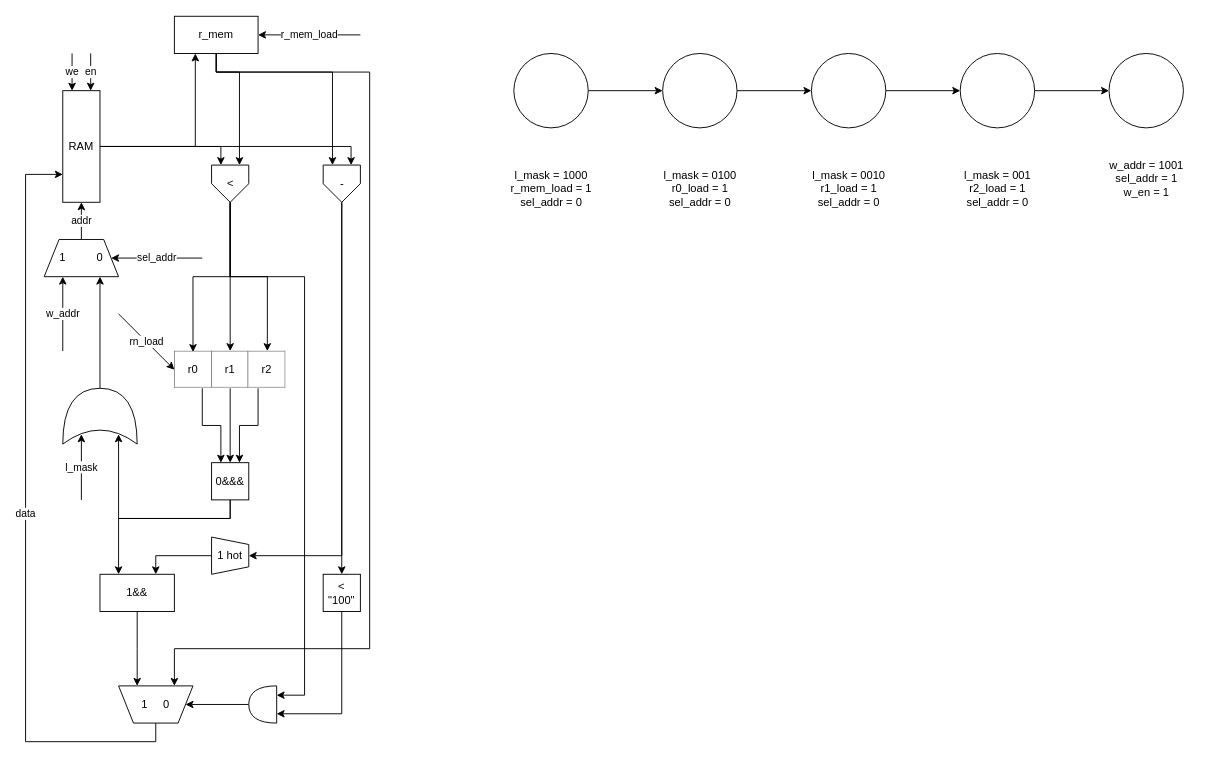
Earlier version of the draw.io diagram schema.drawio (imDema/progetto_reti_logiche). Source tidied: cells renumbered, new cells numbered last; positions are measured from the earlier drawing's top-left corner, leaving out a move shared by most shapes. Both pictures are drawn from the tidied source at 93%, with x=0, y=0 at pixel (25, 16).
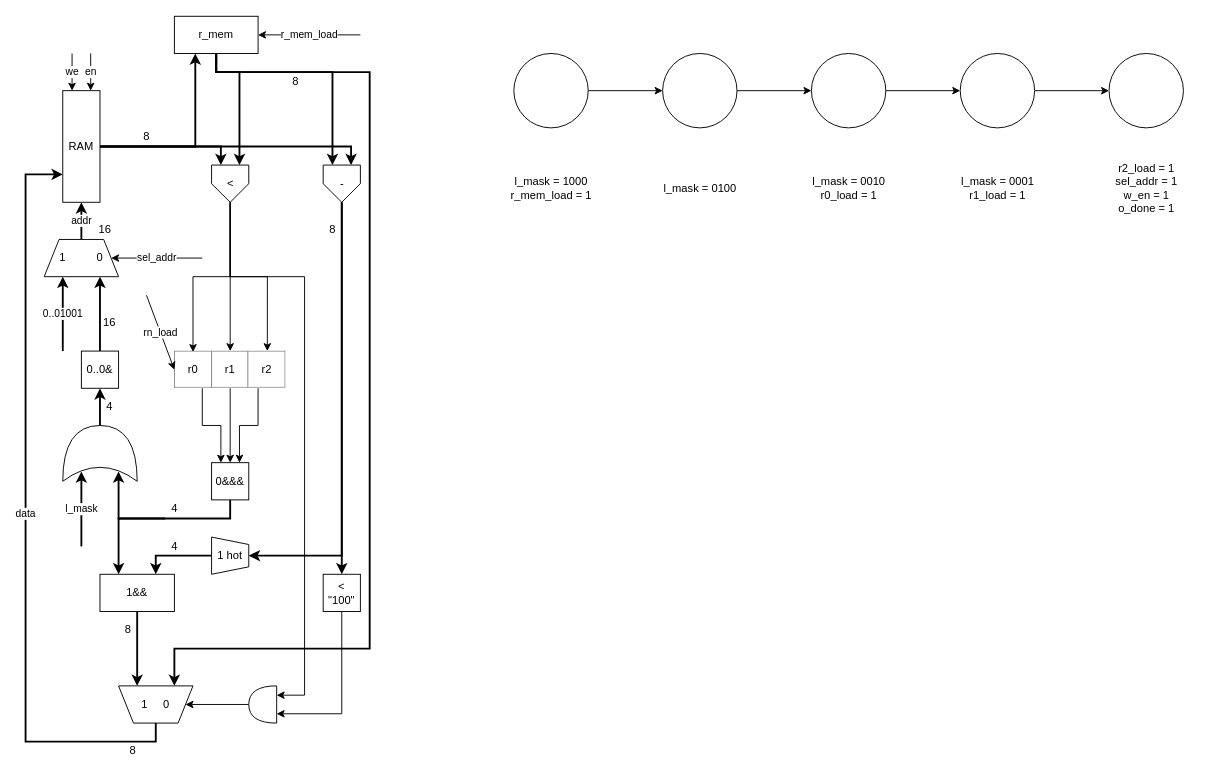
The same page after the edit.

Commit message (it also covers changes not shown here):
First working (?) version Add testbench Updated schematic

The change refers to these unchanged cells:
```xml
<mxCell id="5" value="RAM" style="rounded=0;whiteSpace=wrap;html=1;" parent="1" vertex="1">
  <mxGeometry x="40" y="80" width="40" height="120" as="geometry" />
</mxCell>
<mxCell id="10" value="&lt;div&gt;r_mem&lt;/div&gt;" style="rounded=0;whiteSpace=wrap;html=1;" parent="1" vertex="1">
  <mxGeometry x="160" width="90" height="40" as="geometry" />
</mxCell>
<mxCell id="14" value="&lt;table style=&quot;width: 100% ; height: 100% ; border-collapse: collapse&quot; width=&quot;100%&quot; border=&quot;1&quot;&gt;&lt;tbody&gt;&lt;tr&gt;&lt;td align=&quot;center&quot;&gt;r0&lt;br&gt;&lt;/td&gt;&lt;td align=&quot;center&quot;&gt;r1&lt;/td&gt;&lt;td align=&quot;center&quot;&gt;r2&lt;br&gt;&lt;/td&gt;&lt;/tr&gt;&lt;/tbody&gt;&lt;/table&gt;" style="text;html=1;strokeColor=none;fillColor=none;overflow=fill;" parent="1" vertex="1">
  <mxGeometry x="160" y="360" width="120" height="40" as="geometry" />
</mxCell>
<mxCell id="17" value="0&amp;amp;&amp;amp;&amp;amp;" style="rounded=0;whiteSpace=wrap;html=1;direction=east;" parent="1" vertex="1">
  <mxGeometry x="200" y="480" width="40" height="40" as="geometry" />
</mxCell>
<mxCell id="22" value="1&amp;nbsp;&amp;nbsp;&amp;nbsp;&amp;nbsp; 0" style="shape=trapezoid;perimeter=trapezoidPerimeter;whiteSpace=wrap;html=1;direction=west;" parent="1" vertex="1">
  <mxGeometry x="100" y="720" width="80" height="40" as="geometry" />
</mxCell>
<mxCell id="24" value="&lt;div&gt;&amp;lt; &quot;100&quot;&lt;/div&gt;" style="whiteSpace=wrap;html=1;" parent="1" vertex="1">
  <mxGeometry x="320" y="600" width="40" height="40" as="geometry" />
</mxCell>
<mxCell id="26" value="1&amp;amp;&amp;amp;" style="rounded=0;whiteSpace=wrap;html=1;" parent="1" vertex="1">
  <mxGeometry x="80" y="600" width="80" height="40" as="geometry" />
</mxCell>
<mxCell id="28" value="&lt;div&gt;1 hot&lt;/div&gt;" style="shape=trapezoid;perimeter=trapezoidPerimeter;whiteSpace=wrap;html=1;direction=south;" parent="1" vertex="1">
  <mxGeometry x="200" y="560" width="40" height="40" as="geometry" />
</mxCell>
<mxCell id="31" value="1&amp;nbsp;&amp;nbsp;&amp;nbsp;&amp;nbsp;&amp;nbsp;&amp;nbsp;&amp;nbsp;&amp;nbsp;&amp;nbsp; 0" style="shape=trapezoid;perimeter=trapezoidPerimeter;whiteSpace=wrap;html=1;" parent="1" vertex="1">
  <mxGeometry x="20" y="240" width="80" height="40" as="geometry" />
</mxCell>
<mxCell id="52" value="-" style="verticalLabelPosition=middle;verticalAlign=middle;html=1;shape=offPageConnector;rounded=0;size=0.5;shadow=0;comic=0;gradientColor=none;labelPosition=center;align=center;" parent="1" vertex="1">
  <mxGeometry x="320" y="160" width="40" height="40" as="geometry" />
</mxCell>
<mxCell id="57" value="&amp;lt;" style="verticalLabelPosition=middle;verticalAlign=middle;html=1;shape=offPageConnector;rounded=0;size=0.5;shadow=0;comic=0;gradientColor=none;labelPosition=center;align=center;" parent="1" vertex="1">
  <mxGeometry x="200" y="160" width="40" height="40" as="geometry" />
</mxCell>
```

Diff of the diagram source:
```diff
@@
-    <mxCell id="2" style="edgeStyle=orthogonalEdgeStyle;rounded=0;jettySize=auto;html=1;entryX=0.25;entryY=1;entryDx=0;entryDy=0;" parent="1" edge="1" source="5" target="10">
+    <mxCell id="2" style="edgeStyle=orthogonalEdgeStyle;rounded=0;jettySize=auto;html=1;entryX=0.25;entryY=1;entryDx=0;entryDy=0;strokeWidth=2;" parent="1" edge="1" source="5" target="10">
       <mxGeometry relative="1" as="geometry" />
     </mxCell>
-    <mxCell id="3" style="edgeStyle=orthogonalEdgeStyle;rounded=0;jettySize=auto;html=1;entryX=0.25;entryY=0;entryDx=0;entryDy=0;" parent="1" edge="1" source="5" target="57">
+    <mxCell id="3" style="edgeStyle=orthogonalEdgeStyle;rounded=0;jettySize=auto;html=1;entryX=0.25;entryY=0;entryDx=0;entryDy=0;strokeWidth=2;" parent="1" edge="1" source="5" target="57">
       <mxGeometry relative="1" as="geometry" />
     </mxCell>
-    <mxCell id="4" style="edgeStyle=orthogonalEdgeStyle;rounded=0;jettySize=auto;html=1;entryX=0.75;entryY=0;entryDx=0;entryDy=0;" parent="1" edge="1" source="5" target="52">
+    <mxCell id="4" style="edgeStyle=orthogonalEdgeStyle;rounded=0;jettySize=auto;html=1;entryX=0.75;entryY=0;entryDx=0;entryDy=0;strokeWidth=2;" parent="1" edge="1" source="5" target="52">
       <mxGeometry relative="1" as="geometry" />
     </mxCell>
@@
-    <mxCell id="7" style="edgeStyle=orthogonalEdgeStyle;rounded=0;jettySize=auto;html=1;entryX=0.75;entryY=0;entryDx=0;entryDy=0;" parent="1" edge="1" source="10" target="57">
+    <mxCell id="7" style="edgeStyle=orthogonalEdgeStyle;rounded=0;jettySize=auto;html=1;entryX=0.75;entryY=0;entryDx=0;entryDy=0;strokeWidth=2;" parent="1" edge="1" source="10" target="57">
       <mxGeometry relative="1" as="geometry">
         <Array as="points">
           <mxPoint x="205" y="60" />
           <mxPoint x="230" y="60" />
         </Array>
       </mxGeometry>
     </mxCell>
-    <mxCell id="8" style="edgeStyle=orthogonalEdgeStyle;rounded=0;jettySize=auto;html=1;entryX=0.25;entryY=0;entryDx=0;entryDy=0;" parent="1" edge="1" source="10" target="52">
+    <mxCell id="8" style="edgeStyle=orthogonalEdgeStyle;rounded=0;jettySize=auto;html=1;entryX=0.25;entryY=0;entryDx=0;entryDy=0;strokeWidth=2;" parent="1" edge="1" source="10" target="52">
       <mxGeometry relative="1" as="geometry">
         <Array as="points">
           <mxPoint x="205" y="60" />
           <mxPoint x="330" y="60" />
         </Array>
       </mxGeometry>
     </mxCell>
-    <mxCell id="9" style="edgeStyle=orthogonalEdgeStyle;rounded=0;jettySize=auto;html=1;entryX=0.25;entryY=1;entryDx=0;entryDy=0;" parent="1" edge="1" source="10" target="22">
+    <mxCell id="9" style="edgeStyle=orthogonalEdgeStyle;rounded=0;jettySize=auto;html=1;entryX=0.25;entryY=1;entryDx=0;entryDy=0;strokeWidth=2;" parent="1" edge="1" source="10" target="22">
       <mxGeometry relative="1" as="geometry">
         <Array as="points">
           <mxPoint x="205" y="60" />
           <mxPoint x="370" y="60" />
           <mxPoint x="370" y="680" />
           <mxPoint x="160" y="680" />
         </Array>
       </mxGeometry>
     </mxCell>
@@
-    <mxCell id="15" style="edgeStyle=elbowEdgeStyle;rounded=0;jettySize=auto;elbow=vertical;html=1;entryX=0.175;entryY=0.75;entryDx=0;entryDy=0;entryPerimeter=0;startArrow=none;startFill=0;endArrow=classic;endFill=1;" parent="1" edge="1" source="17" target="19">
+    <mxCell id="15" style="edgeStyle=elbowEdgeStyle;rounded=0;jettySize=auto;elbow=vertical;html=1;entryX=0.175;entryY=0.75;entryDx=0;entryDy=0;entryPerimeter=0;startArrow=none;startFill=0;endArrow=classic;endFill=1;strokeWidth=2;" parent="1" edge="1" source="17" target="19">
       <mxGeometry relative="1" as="geometry">
         <Array as="points">
           <mxPoint x="195" y="540" />
         </Array>
       </mxGeometry>
     </mxCell>
-    <mxCell id="16" style="edgeStyle=orthogonalEdgeStyle;rounded=0;jettySize=auto;html=1;entryX=0.25;entryY=0;entryDx=0;entryDy=0;" parent="1" edge="1" source="17" target="26">
+    <mxCell id="16" style="edgeStyle=orthogonalEdgeStyle;rounded=0;jettySize=auto;html=1;entryX=0.25;entryY=0;entryDx=0;entryDy=0;strokeWidth=2;" parent="1" edge="1" source="63" target="26">
       <mxGeometry relative="1" as="geometry">
         <Array as="points">
-          <mxPoint x="220" y="540" />
           <mxPoint x="100" y="540" />
         </Array>
       </mxGeometry>
     </mxCell>
@@
-    <mxCell id="18" style="edgeStyle=orthogonalEdgeStyle;rounded=0;jettySize=auto;html=1;entryX=0.75;entryY=1;entryDx=0;entryDy=0;startArrow=none;startFill=0;endArrow=classic;endFill=1;" parent="1" edge="1" source="19" target="31">
-      <mxGeometry relative="1" as="geometry" />
-    </mxCell>
+    <mxCell id="60" style="edgeStyle=orthogonalEdgeStyle;rounded=0;jettySize=auto;html=1;entryX=0.5;entryY=1;entryDx=0;entryDy=0;strokeWidth=2;" parent="1" edge="1" source="19" target="65">
+      <mxGeometry relative="1" as="geometry" />
+    </mxCell>
     <mxCell id="19" style="shape=xor;whiteSpace=wrap;html=1;direction=north;" parent="1" vertex="1">
-      <mxGeometry x="40" y="400" width="80" height="60" as="geometry" />
+      <mxGeometry x="40" y="440" width="80" height="60" as="geometry" />
     </mxCell>
-    <mxCell id="20" value="&lt;div&gt;l_mask&lt;/div&gt;" style="endArrow=classic;html=1;entryX=0.175;entryY=0.25;entryDx=0;entryDy=0;entryPerimeter=0;" parent="1" edge="1" target="19">
-      <mxGeometry relative="1" as="geometry">
-        <mxPoint x="60" y="520" as="sourcePoint" />
+    <mxCell id="20" value="&lt;div&gt;l_mask&lt;/div&gt;" style="endArrow=classic;html=1;entryX=0.175;entryY=0.25;entryDx=0;entryDy=0;entryPerimeter=0;strokeWidth=2;" parent="1" edge="1" target="19">
+      <mxGeometry x="-0.01" relative="1" as="geometry">
+        <mxPoint x="60" y="570" as="sourcePoint" />
       </mxGeometry>
     </mxCell>
-    <mxCell id="21" value="data" style="edgeStyle=orthogonalEdgeStyle;rounded=0;jettySize=auto;html=1;entryX=0;entryY=0.75;entryDx=0;entryDy=0;" parent="1" edge="1" source="22" target="5">
+    <mxCell id="21" value="data" style="edgeStyle=orthogonalEdgeStyle;rounded=0;jettySize=auto;html=1;entryX=0;entryY=0.75;entryDx=0;entryDy=0;strokeWidth=2;" parent="1" edge="1" source="22" target="5">
       <mxGeometry relative="1" as="geometry">
         <Array as="points">
           <mxPoint x="140" y="780" />
           <mxPoint y="780" />
           <mxPoint y="170" />
         </Array>
       </mxGeometry>
     </mxCell>
@@
-    <mxCell id="25" style="edgeStyle=elbowEdgeStyle;rounded=0;jettySize=auto;elbow=vertical;html=1;entryX=0.75;entryY=1;entryDx=0;entryDy=0;startArrow=none;startFill=0;endArrow=classic;endFill=1;" parent="1" edge="1" source="26" target="22">
+    <mxCell id="25" style="edgeStyle=elbowEdgeStyle;rounded=0;jettySize=auto;elbow=vertical;html=1;entryX=0.75;entryY=1;entryDx=0;entryDy=0;startArrow=none;startFill=0;endArrow=classic;endFill=1;strokeWidth=2;" parent="1" edge="1" source="26" target="22">
       <mxGeometry relative="1" as="geometry" />
     </mxCell>
@@
-    <mxCell id="27" style="edgeStyle=orthogonalEdgeStyle;rounded=0;jettySize=auto;html=1;entryX=0.75;entryY=0;entryDx=0;entryDy=0;" parent="1" edge="1" source="28" target="26">
+    <mxCell id="27" style="edgeStyle=orthogonalEdgeStyle;rounded=0;jettySize=auto;html=1;entryX=0.75;entryY=0;entryDx=0;entryDy=0;strokeWidth=2;" parent="1" edge="1" source="28" target="26">
       <mxGeometry relative="1" as="geometry" />
     </mxCell>
@@
-    <mxCell id="29" value="addr" style="edgeStyle=orthogonalEdgeStyle;rounded=0;jettySize=auto;html=1;entryX=0.5;entryY=1;entryDx=0;entryDy=0;startArrow=none;startFill=0;endArrow=classic;endFill=1;" parent="1" edge="1" source="31" target="5">
+    <mxCell id="29" value="addr" style="edgeStyle=orthogonalEdgeStyle;rounded=0;jettySize=auto;html=1;entryX=0.5;entryY=1;entryDx=0;entryDy=0;startArrow=none;startFill=0;endArrow=classic;endFill=1;strokeWidth=2;" parent="1" edge="1" source="31" target="5">
       <mxGeometry relative="1" as="geometry" />
     </mxCell>
@@
-    <mxCell id="32" value="w_addr" style="endArrow=classic;html=1;entryX=0.25;entryY=1;entryDx=0;entryDy=0;" parent="1" edge="1" target="31">
+    <mxCell id="32" value="0..01001" style="endArrow=classic;html=1;entryX=0.25;entryY=1;entryDx=0;entryDy=0;strokeWidth=2;" parent="1" edge="1" target="31">
       <mxGeometry relative="1" as="geometry">
         <mxPoint x="40" y="360" as="sourcePoint" />
       </mxGeometry>
     </mxCell>
@@
-    <mxCell id="44" value="&lt;div&gt;l_mask = 1000&lt;/div&gt;&lt;div&gt;r_mem_load = 1&lt;br&gt;&lt;/div&gt;&lt;div&gt;sel_addr = 0&lt;br&gt;&lt;/div&gt;" style="text;html=1;align=center;verticalAlign=middle;" parent="1" vertex="1">
-      <mxGeometry x="510" y="160" width="110" height="50" as="geometry" />
+    <mxCell id="44" value="&lt;div&gt;l_mask = 1000&lt;/div&gt;&lt;div&gt;r_mem_load = 1&lt;/div&gt;" style="text;html=1;align=center;verticalAlign=middle;" parent="1" vertex="1">
+      <mxGeometry x="515" y="170" width="100" height="30" as="geometry" />
     </mxCell>
     <mxCell id="45" value="&lt;div&gt;rn_load&lt;/div&gt;" style="endArrow=classic;html=1;entryX=0;entryY=0.5;entryDx=0;entryDy=0;" parent="1" edge="1" target="14">
       <mxGeometry relative="1" as="geometry">
-        <mxPoint x="100" y="320" as="sourcePoint" />
+        <mxPoint x="130" y="300" as="sourcePoint" />
       </mxGeometry>
     </mxCell>
-    <mxCell id="46" value="&lt;div&gt;l_mask = 0100&lt;/div&gt;&lt;div&gt;r0_load = 1&lt;/div&gt;&lt;div&gt;sel_addr = 0&lt;/div&gt;" style="text;html=1;align=center;verticalAlign=middle;" parent="1" vertex="1">
-      <mxGeometry x="675" y="160" width="100" height="50" as="geometry" />
+    <mxCell id="46" value="&lt;div&gt;l_mask = 0100&lt;/div&gt;" style="text;html=1;align=center;verticalAlign=middle;" parent="1" vertex="1">
+      <mxGeometry x="680" y="175" width="90" height="20" as="geometry" />
     </mxCell>
-    <mxCell id="47" value="&lt;div&gt;l_mask = 0010&lt;/div&gt;&lt;div&gt;r1_load = 1&lt;/div&gt;&lt;div&gt;sel_addr = 0&lt;/div&gt;" style="text;html=1;align=center;verticalAlign=middle;" parent="1" vertex="1">
-      <mxGeometry x="835" y="160" width="100" height="50" as="geometry" />
+    <mxCell id="47" value="&lt;div&gt;l_mask = 0010&lt;/div&gt;&lt;div&gt;r0_load = 1&lt;br&gt;&lt;/div&gt;" style="text;html=1;align=center;verticalAlign=middle;" parent="1" vertex="1">
+      <mxGeometry x="840" y="170" width="90" height="30" as="geometry" />
     </mxCell>
-    <mxCell id="48" value="&lt;div&gt;l_mask = 001&lt;/div&gt;&lt;div&gt;r2_load = 1&lt;/div&gt;&lt;div&gt;sel_addr = 0&lt;/div&gt;" style="text;html=1;align=center;verticalAlign=middle;" parent="1" vertex="1">
-      <mxGeometry x="1000" y="160" width="90" height="50" as="geometry" />
+    <mxCell id="48" value="&lt;div&gt;l_mask = 0001&lt;/div&gt;&lt;div&gt;r1_load = 1&lt;br&gt;&lt;/div&gt;" style="text;html=1;align=center;verticalAlign=middle;" parent="1" vertex="1">
+      <mxGeometry x="1000" y="170" width="90" height="30" as="geometry" />
     </mxCell>
-    <mxCell id="49" value="&lt;div&gt;w_addr = 1001&lt;/div&gt;&lt;div&gt;sel_addr = 1&lt;/div&gt;&lt;div&gt;w_en = 1&lt;/div&gt;" style="text;html=1;align=center;verticalAlign=middle;" parent="1" vertex="1">
-      <mxGeometry x="1155" y="150" width="100" height="50" as="geometry" />
+    <mxCell id="49" value="&lt;div&gt;&lt;span&gt;r2_load = 1&lt;/span&gt;&lt;/div&gt;&lt;div&gt;&lt;span&gt;sel_addr = 1&lt;/span&gt;&lt;/div&gt;&lt;div&gt;w_en = 1&lt;/div&gt;&lt;div&gt;o_done = 1&lt;/div&gt;" style="text;html=1;align=center;verticalAlign=middle;" parent="1" vertex="1">
+      <mxGeometry x="1165" y="155" width="80" height="60" as="geometry" />
     </mxCell>
-    <mxCell id="50" style="edgeStyle=orthogonalEdgeStyle;rounded=0;jettySize=auto;html=1;" parent="1" edge="1" source="52" target="24">
+    <mxCell id="50" style="edgeStyle=orthogonalEdgeStyle;rounded=0;jettySize=auto;html=1;strokeWidth=2;" parent="1" edge="1" source="52" target="24">
       <mxGeometry relative="1" as="geometry" />
     </mxCell>
-    <mxCell id="51" style="edgeStyle=orthogonalEdgeStyle;rounded=0;jettySize=auto;html=1;entryX=0.5;entryY=0;entryDx=0;entryDy=0;" parent="1" edge="1" source="52" target="28">
+    <mxCell id="51" style="edgeStyle=orthogonalEdgeStyle;rounded=0;jettySize=auto;html=1;entryX=0.5;entryY=0;entryDx=0;entryDy=0;strokeWidth=2;" parent="1" edge="1" source="52" target="28">
       <mxGeometry relative="1" as="geometry">
         <Array as="points">
           <mxPoint x="340" y="580" />
         </Array>
       </mxGeometry>
     </mxCell>
@@
+    <mxCell id="61" value="8" style="text;html=1;align=center;verticalAlign=middle;" parent="1" vertex="1">
+      <mxGeometry x="120" y="120" width="20" height="20" as="geometry" />
+    </mxCell>
+    <mxCell id="62" value="8" style="text;html=1;align=center;verticalAlign=middle;" parent="1" vertex="1">
+      <mxGeometry x="280" y="60" width="20" height="20" as="geometry" />
+    </mxCell>
+    <mxCell id="63" value="4" style="text;html=1;align=center;verticalAlign=middle;points=[];" parent="1" vertex="1">
+      <mxGeometry x="150" y="520" width="20" height="20" as="geometry" />
+    </mxCell>
+    <mxCell id="64" style="edgeStyle=orthogonalEdgeStyle;rounded=0;jettySize=auto;html=1;entryX=0.75;entryY=1;entryDx=0;entryDy=0;strokeWidth=2;" parent="1" edge="1" source="65" target="31">
+      <mxGeometry relative="1" as="geometry" />
+    </mxCell>
+    <mxCell id="65" value="0..0&amp;amp;" style="rounded=0;whiteSpace=wrap;html=1;" parent="1" vertex="1">
+      <mxGeometry x="60" y="360" width="40" height="40" as="geometry" />
+    </mxCell>
+    <mxCell id="66" value="4" style="text;html=1;align=center;verticalAlign=middle;" parent="1" vertex="1">
+      <mxGeometry x="80" y="410" width="20" height="20" as="geometry" />
+    </mxCell>
+    <mxCell id="67" value="16" style="text;html=1;align=center;verticalAlign=middle;" parent="1" vertex="1">
+      <mxGeometry x="75" y="320" width="30" height="20" as="geometry" />
+    </mxCell>
+    <mxCell id="68" value="8" style="text;html=1;align=center;verticalAlign=middle;" parent="1" vertex="1">
+      <mxGeometry x="105" y="780" width="20" height="20" as="geometry" />
+    </mxCell>
+    <mxCell id="69" value="16" style="text;html=1;align=center;verticalAlign=middle;" parent="1" vertex="1">
+      <mxGeometry x="70" y="220" width="30" height="20" as="geometry" />
+    </mxCell>
+    <mxCell id="70" value="8" style="text;html=1;align=center;verticalAlign=middle;" parent="1" vertex="1">
+      <mxGeometry x="320" y="220" width="20" height="20" as="geometry" />
+    </mxCell>
+    <mxCell id="71" value="4" style="text;html=1;align=center;verticalAlign=middle;" parent="1" vertex="1">
+      <mxGeometry x="150" y="560" width="20" height="20" as="geometry" />
+    </mxCell>
+    <mxCell id="72" value="8" style="text;html=1;align=center;verticalAlign=middle;" parent="1" vertex="1">
+      <mxGeometry x="100" y="650" width="20" height="20" as="geometry" />
+    </mxCell>
```
